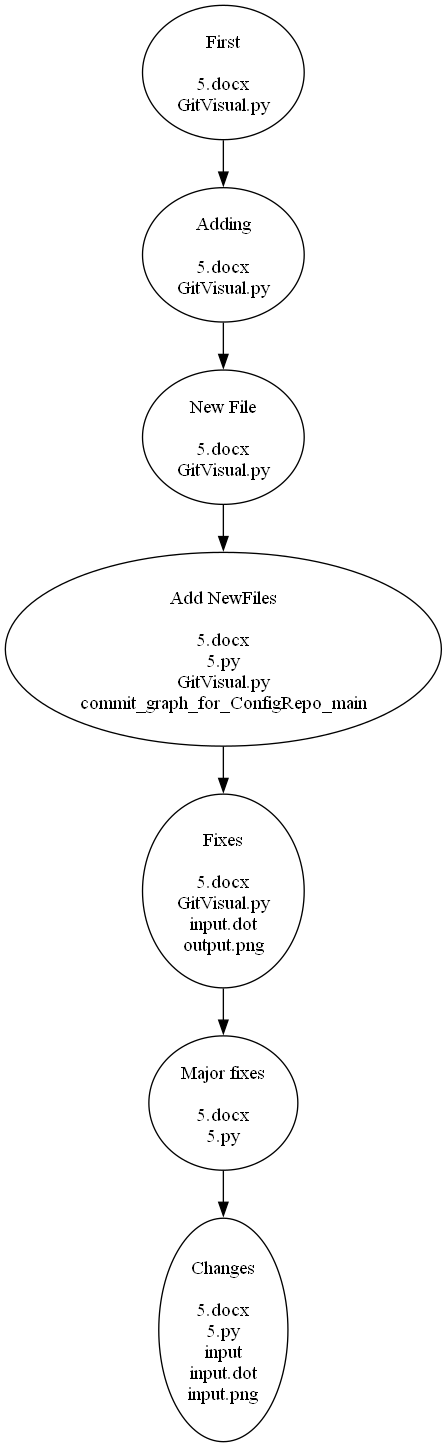
Peygy/ConfigRepo keeps this Graphviz diagram as input.png. Above is the earlier version. Its source is kept beside it as input.dot.
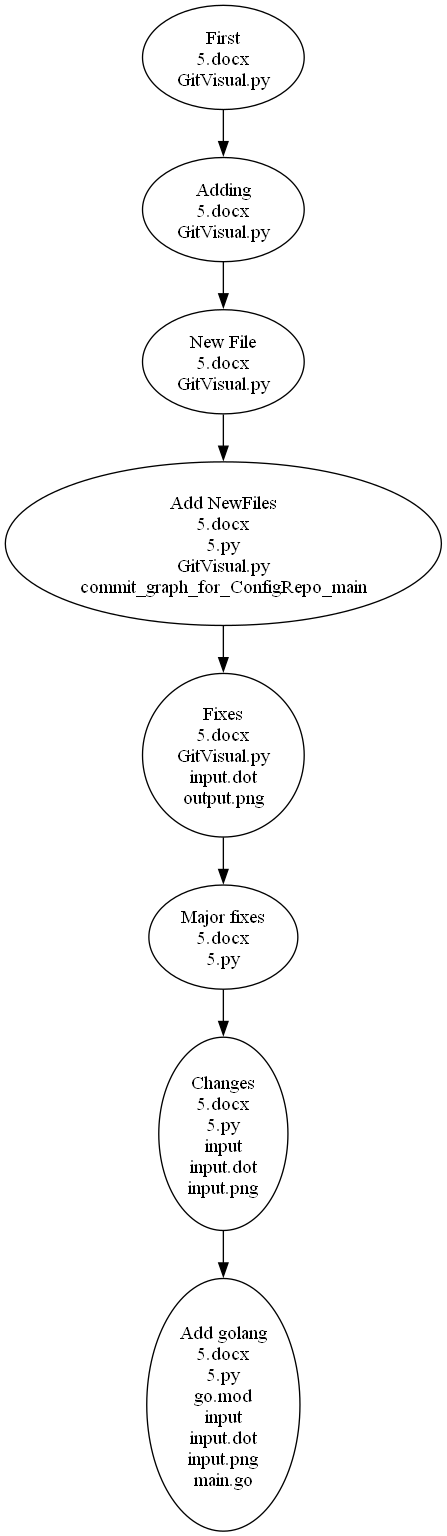
The same file after the commit.

Change to the diagram source:
```diff
@@ -1,106 +1,110 @@
 digraph {
-	graph [bb="0,0,327.04,1077.3"];
+	graph [bb="0,0,327.04,1144.4"];
 	node [label="\N"];
 	"First
-
 5.docx
-GitVisual.py"	[height=1.3995,
-		pos="163.52,1026.9",
+GitVisual.py"	[height=1.0852,
+		pos="163.52,1105.3",
 		width=1.6843];
 	"Adding
-
 5.docx
-GitVisual.py"	[height=1.3995,
-		pos="163.52,890.11",
+GitVisual.py"	[height=1.0852,
+		pos="163.52,991.17",
 		width=1.6843];
 	"First
-
 5.docx
 GitVisual.py" -> "Adding
-
 5.docx
-GitVisual.py"	[pos="e,163.52,940.71 163.52,976.08 163.52,968.23 163.52,960.04 163.52,951.97"];
+GitVisual.py"	[pos="e,163.52,1030.7 163.52,1066 163.52,1058.3 163.52,1050 163.52,1041.9"];
 	"New File
-
 5.docx
-GitVisual.py"	[height=1.3995,
-		pos="163.52,753.35",
+GitVisual.py"	[height=1.0852,
+		pos="163.52,877.03",
 		width=1.6843];
 	"Adding
-
 5.docx
 GitVisual.py" -> "New File
-
 5.docx
-GitVisual.py"	[pos="e,163.52,803.94 163.52,839.31 163.52,831.47 163.52,823.28 163.52,815.21"];
+GitVisual.py"	[pos="e,163.52,916.52 163.52,951.89 163.52,944.13 163.52,935.86 163.52,927.77"];
 	"Add NewFiles
-
 5.docx
 5.py
 GitVisual.py
-commit_graph_for_ConfigRepo_main"	[height=2.0182,
-		pos="163.52,594.31",
+commit_graph_for_ConfigRepo_main"	[height=1.7039,
+		pos="163.52,740.62",
 		width=4.5422];
 	"New File
-
 5.docx
 GitVisual.py" -> "Add NewFiles
-
 5.docx
 5.py
 GitVisual.py
-commit_graph_for_ConfigRepo_main"	[pos="e,163.52,667.34 163.52,702.66 163.52,695.03 163.52,686.97 163.52,678.84"];
+commit_graph_for_ConfigRepo_main"	[pos="e,163.52,802.22 163.52,837.51 163.52,829.94 163.52,821.77 163.52,813.5"];
 	"Fixes
-
 5.docx
 GitVisual.py
 input.dot
-output.png"	[height=2.0182,
-		pos="163.52,413",
+output.png"	[height=1.7039,
+		pos="163.52,581.94",
 		width=1.6843];
 	"Add NewFiles
-
 5.docx
 5.py
 GitVisual.py
 commit_graph_for_ConfigRepo_main" -> "Fixes
-
 5.docx
 GitVisual.py
 input.dot
-output.png"	[pos="e,163.52,485.92 163.52,521.41 163.52,513.47 163.52,505.33 163.52,497.25"];
+output.png"	[pos="e,163.52,643.61 163.52,679.04 163.52,671.14 163.52,662.99 163.52,654.92"];
 	"Major fixes
-
 5.docx
-5.py"	[height=1.3995,
-		pos="163.52,253.97",
+5.py"	[height=1.0852,
+		pos="163.52,445.53",
 		width=1.5517];
 	"Fixes
-
 5.docx
 GitVisual.py
 input.dot
 output.png" -> "Major fixes
-
 5.docx
-5.py"	[pos="e,163.52,304.63 163.52,339.92 163.52,331.9 163.52,323.79 163.52,315.93"];
+5.py"	[pos="e,163.52,484.77 163.52,520.42 163.52,512.27 163.52,503.99 163.52,496.07"];
 	"Changes
-
 5.docx
 5.py
 input
 input.dot
-input.png"	[height=2.3276,
-		pos="163.52,83.792",
+input.png"	[height=2.0133,
+		pos="163.52,297.98",
 		width=1.3455];
 	"Major fixes
-
 5.docx
 5.py" -> "Changes
-
 5.docx
 5.py
 input
 input.dot
-input.png"	[pos="e,163.52,168.06 163.52,203.42 163.52,195.76 163.52,187.63 163.52,179.37"];
+input.png"	[pos="e,163.52,370.76 163.52,406.29 163.52,398.76 163.52,390.59 163.52,382.23"];
+	"Add golang
+5.docx
+5.py
+go.mod
+input
+input.dot
+input.png
+main.go"	[height=2.632,
+		pos="163.52,94.752",
+		width=1.5959];
+	"Changes
+5.docx
+5.py
+input
+input.dot
+input.png" -> "Add golang
+5.docx
+5.py
+go.mod
+input
+input.dot
+input.png
+main.go"	[pos="e,163.52,189.67 163.52,225.19 163.52,217.36 163.52,209.28 163.52,201.16"];
 }
```
